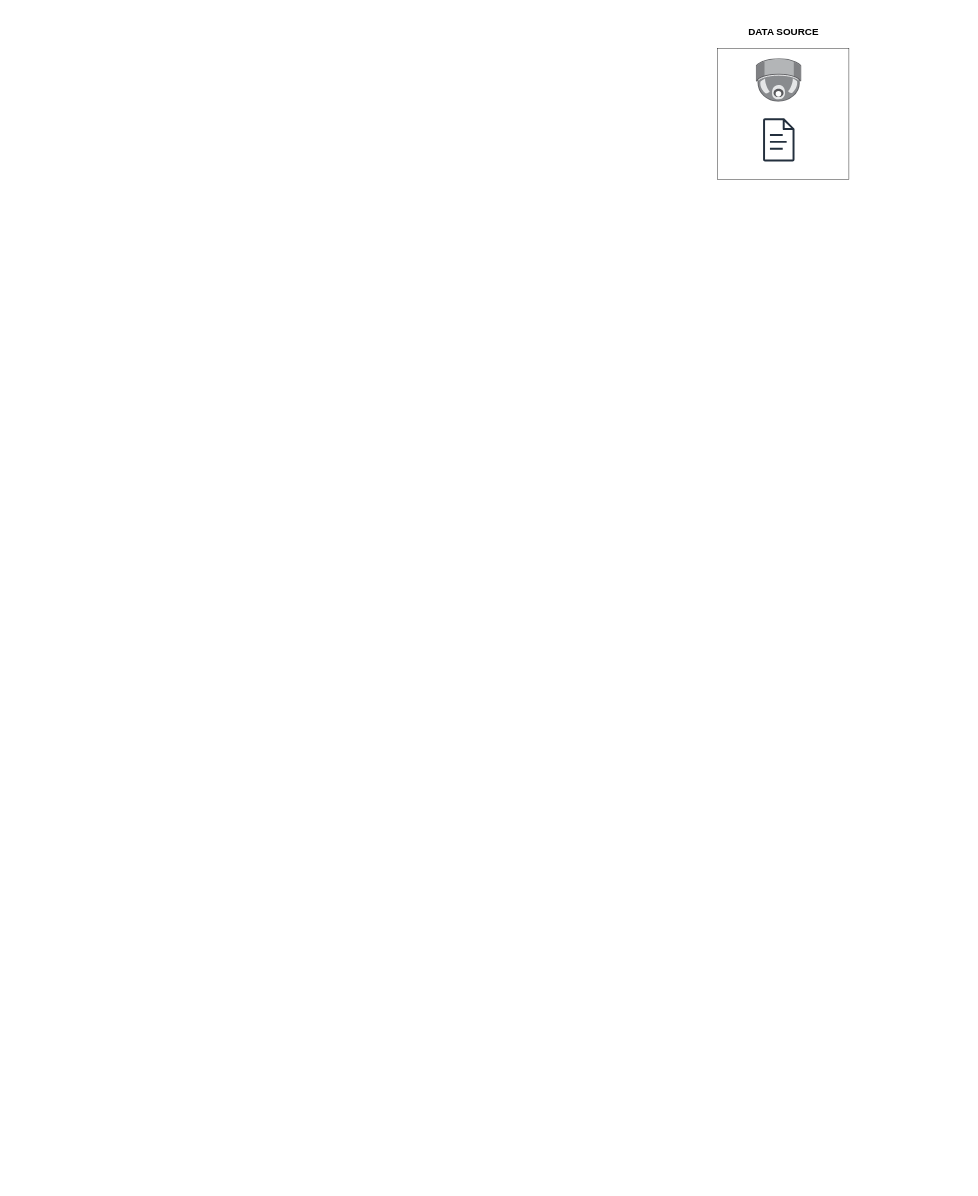
This is Untitled Diagram.drawio from akhil888binoy/60DaysOfDevOps, a draw.io file, before an edit. Source tidied: cells renumbered, new cells numbered last; positions are measured from the earlier drawing's top-left corner, leaving out a move shared by most shapes. Both pictures are drawn from the tidied source at 41%, with x=0, y=0 at pixel (718, 24).
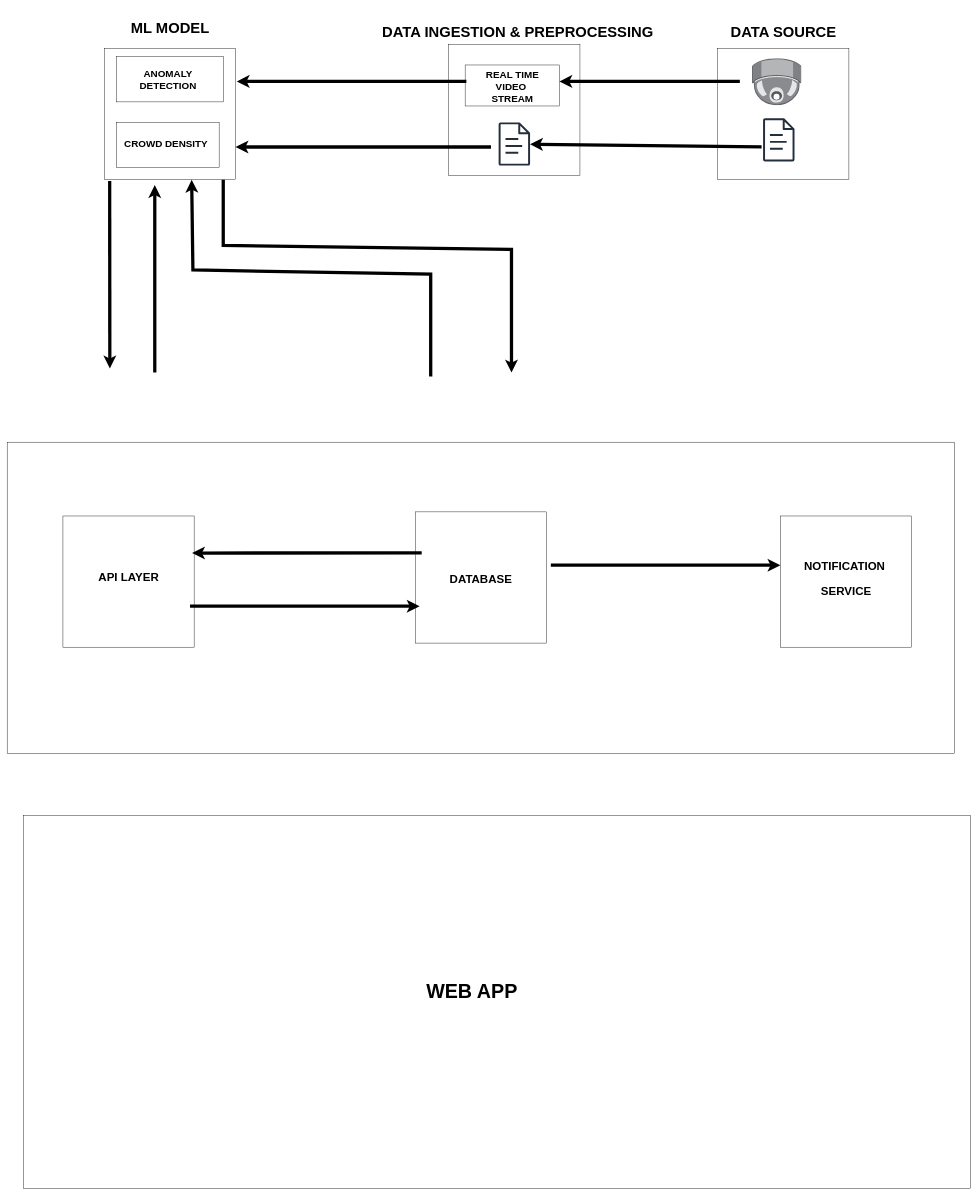
After the change.

Change to the diagram source:
```diff
@@
     <mxCell id="4" style="image;html=1;align=center;shadow=0;dashed=0;image=img/lib/allied_telesis/security/Surveillance_Camera_Ceiling.svg;" parent="1" vertex="1">
-      <mxGeometry x="93.3" y="83.9" width="111.5" height="106.1" as="geometry" />
+      <mxGeometry x="84" y="83.9" width="120.7" height="114.9" as="geometry" />
     </mxCell>
@@
-    <mxCell id="6" value="DATA SOURCE" style="text;strokeColor=none;fillColor=none;html=1;fontSize=24;fontStyle=1;verticalAlign=middle;align=center;" parent="1" vertex="1">
+    <mxCell id="6" value="&lt;h2&gt;DATA SOURCE&lt;/h2&gt;" style="text;strokeColor=none;fillColor=none;html=1;fontSize=24;fontStyle=1;verticalAlign=middle;align=center;" parent="1" vertex="1">
       <mxGeometry x="7" width="306" height="40" as="geometry" />
     </mxCell>
+    <mxCell id="7" style="whiteSpace=wrap;html=1;" parent="1" vertex="1">
+      <mxGeometry x="-656" y="50" width="320" height="320" as="geometry" />
+    </mxCell>
+    <mxCell id="8" style="rounded=0;whiteSpace=wrap;html=1;" parent="1" vertex="1">
+      <mxGeometry x="-616" y="100" width="230" height="100" as="geometry" />
+    </mxCell>
+    <mxCell id="9" value="REAL TIME &lt;br&gt;VIDEO&amp;nbsp;&lt;br&gt;STREAM" style="text;strokeColor=none;fillColor=none;html=1;fontSize=24;fontStyle=1;verticalAlign=middle;align=center;" parent="1" vertex="1">
+      <mxGeometry x="-551" y="140" width="100" height="26" as="geometry" />
+    </mxCell>
+    <mxCell id="10" style="sketch=0;outlineConnect=0;fontColor=#232F3E;gradientColor=none;fillColor=#232F3D;strokeColor=none;dashed=0;verticalLabelPosition=bottom;verticalAlign=top;align=center;html=1;fontSize=12;fontStyle=0;shape=mxgraph.aws4.document;" parent="1" vertex="1">
+      <mxGeometry x="-534.5" y="240" width="77" height="105.4" as="geometry" />
+    </mxCell>
+    <mxCell id="11" value="&lt;h2&gt;DATA INGESTION &amp;amp; PREPROCESSING&lt;/h2&gt;" style="text;strokeColor=none;fillColor=none;html=1;fontSize=24;fontStyle=1;verticalAlign=middle;align=center;" parent="1" vertex="1">
+      <mxGeometry x="-736" width="496" height="40" as="geometry" />
+    </mxCell>
+    <mxCell id="12" style="endArrow=classic;html=1;rounded=0;strokeWidth=8;" parent="1" edge="1" target="10">
+      <mxGeometry relative="1" as="geometry">
+        <mxPoint x="107" y="300" as="sourcePoint" />
+      </mxGeometry>
+    </mxCell>
+    <mxCell id="13" style="endArrow=classic;html=1;rounded=0;strokeWidth=8;" parent="1" edge="1">
+      <mxGeometry relative="1" as="geometry">
+        <mxPoint x="54" y="140" as="sourcePoint" />
+        <mxPoint x="-386" y="140" as="targetPoint" />
+      </mxGeometry>
+    </mxCell>
+    <mxCell id="14" style="whiteSpace=wrap;html=1;" parent="1" vertex="1">
+      <mxGeometry x="-1496" y="60" width="320" height="320" as="geometry" />
+    </mxCell>
+    <mxCell id="15" style="endArrow=classic;html=1;rounded=0;strokeWidth=8;entryX=1;entryY=0.75;entryDx=0;entryDy=0;" parent="1" edge="1" target="14">
+      <mxGeometry relative="1" as="geometry">
+        <mxPoint x="-553" y="300" as="sourcePoint" />
+      </mxGeometry>
+    </mxCell>
+    <mxCell id="16" style="rounded=0;whiteSpace=wrap;html=1;" parent="1" vertex="1">
+      <mxGeometry x="-1466" y="240" width="250" height="110" as="geometry" />
+    </mxCell>
+    <mxCell id="17" value="CROWD DENSITY" style="text;strokeColor=none;fillColor=none;html=1;fontSize=24;fontStyle=1;verticalAlign=middle;align=center;" parent="1" vertex="1">
+      <mxGeometry x="-1456" y="273" width="220" height="40" as="geometry" />
+    </mxCell>
+    <mxCell id="18" style="rounded=0;whiteSpace=wrap;html=1;" parent="1" vertex="1">
+      <mxGeometry x="-1466" y="80" width="260" height="110" as="geometry" />
+    </mxCell>
+    <mxCell id="19" value="ANOMALY &lt;br&gt;DETECTION" style="text;strokeColor=none;fillColor=none;html=1;fontSize=24;fontStyle=1;verticalAlign=middle;align=center;" parent="1" vertex="1">
+      <mxGeometry x="-1456" y="100" width="230" height="70" as="geometry" />
+    </mxCell>
+    <mxCell id="20" style="endArrow=classic;html=1;rounded=0;strokeWidth=8;" parent="1" edge="1">
+      <mxGeometry relative="1" as="geometry">
+        <mxPoint x="-613" y="140" as="sourcePoint" />
+        <mxPoint x="-1173" y="140" as="targetPoint" />
+      </mxGeometry>
+    </mxCell>
+    <mxCell id="21" value="&lt;h2&gt;ML MODEL&lt;/h2&gt;" style="text;strokeColor=none;fillColor=none;html=1;fontSize=24;fontStyle=1;verticalAlign=middle;align=center;" parent="1" vertex="1">
+      <mxGeometry x="-1461" y="-10" width="250" height="40" as="geometry" />
+    </mxCell>
+    <mxCell id="22" style="rounded=0;whiteSpace=wrap;html=1;" parent="1" vertex="1">
+      <mxGeometry x="-1733" y="1020" width="2310" height="760" as="geometry" />
+    </mxCell>
+    <mxCell id="23" style="whiteSpace=wrap;html=1;" parent="1" vertex="1">
+      <mxGeometry x="-1597" y="1200" width="320" height="320" as="geometry" />
+    </mxCell>
+    <mxCell id="24" style="whiteSpace=wrap;html=1;" parent="1" vertex="1">
+      <mxGeometry x="-737" y="1190" width="320" height="320" as="geometry" />
+    </mxCell>
+    <mxCell id="25" style="endArrow=classic;html=1;rounded=0;strokeWidth=8;" parent="1" edge="1">
+      <mxGeometry relative="1" as="geometry">
+        <mxPoint x="-722" y="1290" as="sourcePoint" />
+        <mxPoint x="-1282" y="1290.4" as="targetPoint" />
+      </mxGeometry>
+    </mxCell>
+    <mxCell id="26" style="endArrow=classic;html=1;rounded=0;strokeWidth=8;" parent="1" edge="1">
+      <mxGeometry relative="1" as="geometry">
+        <mxPoint x="-1287" y="1420" as="sourcePoint" />
+        <mxPoint x="-727" y="1420" as="targetPoint" />
+      </mxGeometry>
+    </mxCell>
+    <mxCell id="27" style="whiteSpace=wrap;html=1;" parent="1" vertex="1">
+      <mxGeometry x="153" y="1200" width="320" height="320" as="geometry" />
+    </mxCell>
+    <mxCell id="28" style="endArrow=classic;html=1;rounded=0;fontSize=34;strokeWidth=8;" parent="1" edge="1">
+      <mxGeometry relative="1" as="geometry">
+        <mxPoint x="-407" y="1320" as="sourcePoint" />
+        <mxPoint x="153" y="1320" as="targetPoint" />
+      </mxGeometry>
+    </mxCell>
+    <mxCell id="29" value="&lt;h3&gt;API LAYER&lt;/h3&gt;" style="text;strokeColor=none;fillColor=none;html=1;fontSize=24;fontStyle=1;verticalAlign=middle;align=center;" parent="1" vertex="1">
+      <mxGeometry x="-1598" y="1290" width="321" height="120" as="geometry" />
+    </mxCell>
+    <mxCell id="30" value="&lt;h3&gt;DATABASE&lt;/h3&gt;" style="text;strokeColor=none;fillColor=none;html=1;fontSize=24;fontStyle=1;verticalAlign=middle;align=center;" parent="1" vertex="1">
+      <mxGeometry x="-678" y="1295" width="200" height="115" as="geometry" />
+    </mxCell>
+    <mxCell id="31" value="&lt;h3&gt;NOTIFICATION&amp;nbsp;&lt;/h3&gt;&lt;h3&gt;SERVICE&lt;/h3&gt;" style="text;strokeColor=none;fillColor=none;html=1;fontSize=24;fontStyle=1;verticalAlign=middle;align=center;" parent="1" vertex="1">
+      <mxGeometry x="203" y="1282.5" width="220" height="140" as="geometry" />
+    </mxCell>
+    <mxCell id="32" style="endArrow=classic;html=1;rounded=0;strokeWidth=8;exitX=0.177;exitY=1.009;exitDx=0;exitDy=0;exitPerimeter=0;" parent="1" edge="1">
+      <mxGeometry relative="1" as="geometry">
+        <mxPoint x="-1483" y="382.9" as="sourcePoint" />
+        <mxPoint x="-1482.6" y="840" as="targetPoint" />
+      </mxGeometry>
+    </mxCell>
+    <mxCell id="33" style="endArrow=classic;html=1;rounded=0;strokeWidth=8;exitX=0.177;exitY=1.009;exitDx=0;exitDy=0;exitPerimeter=0;" parent="1" edge="1">
+      <mxGeometry relative="1" as="geometry">
+        <mxPoint x="-1373" y="850" as="sourcePoint" />
+        <mxPoint x="-1373" y="393" as="targetPoint" />
+      </mxGeometry>
+    </mxCell>
+    <mxCell id="34" style="endArrow=classic;html=1;rounded=0;strokeWidth=8;entryX=0.75;entryY=1;entryDx=0;entryDy=0;" parent="1" edge="1">
+      <mxGeometry relative="1" as="geometry">
+        <mxPoint x="-700" y="860" as="sourcePoint" />
+        <mxPoint x="-1283" y="380" as="targetPoint" />
+        <Array as="points">
+          <mxPoint x="-700" y="610" />
+          <mxPoint x="-1280" y="600" />
+        </Array>
+      </mxGeometry>
+    </mxCell>
+    <mxCell id="35" style="endArrow=classic;html=1;rounded=0;strokeWidth=8;exitX=1;exitY=1;exitDx=0;exitDy=0;" parent="1" edge="1">
+      <mxGeometry relative="1" as="geometry">
+        <mxPoint x="-1206" y="380" as="sourcePoint" />
+        <mxPoint x="-503" y="850" as="targetPoint" />
+        <Array as="points">
+          <mxPoint x="-1206" y="540" />
+          <mxPoint x="-503" y="550" />
+        </Array>
+      </mxGeometry>
+    </mxCell>
+    <mxCell id="36" style="rounded=0;whiteSpace=wrap;html=1;" parent="1" vertex="1">
+      <mxGeometry x="-1693" y="1930" width="2310" height="910" as="geometry" />
+    </mxCell>
+    <mxCell id="37" value="&lt;h1&gt;WEB APP&lt;/h1&gt;" style="text;strokeColor=none;fillColor=none;html=1;fontSize=24;fontStyle=1;verticalAlign=middle;align=center;" parent="1" vertex="1">
+      <mxGeometry x="-973" y="2200" width="746" height="320" as="geometry" />
+    </mxCell>
```
